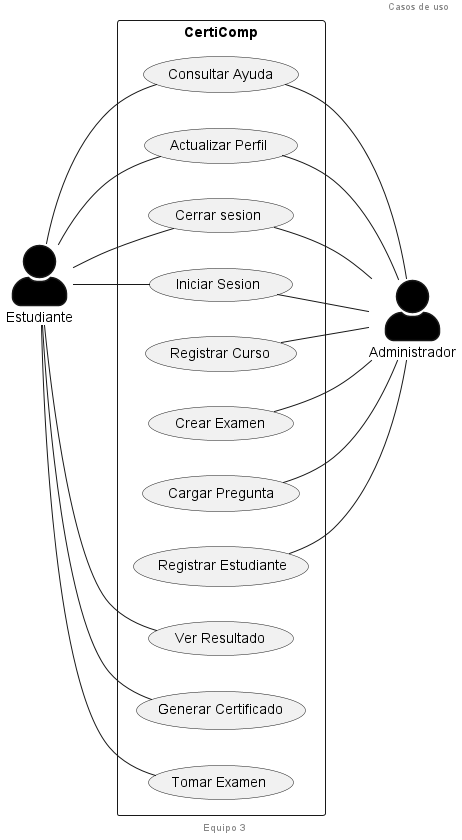
Before: docs/scenariosView/Requisitos/Casos de Uso.png, a diagram exported from PlantUML (febres35/EdTech_IS).
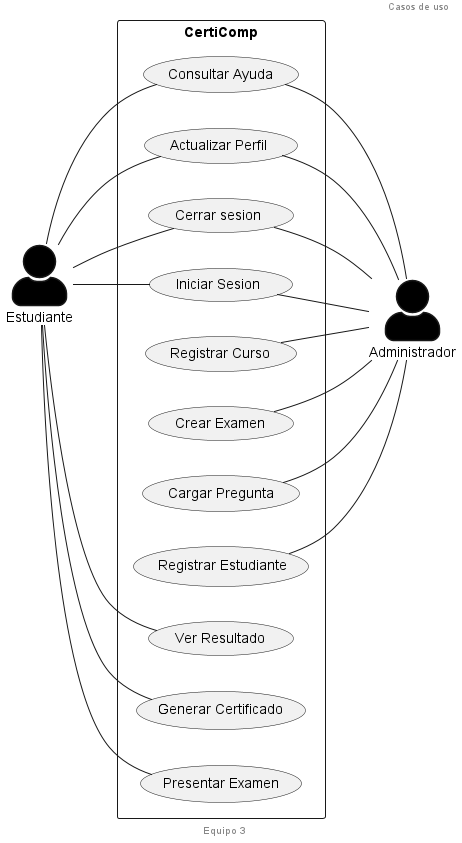
Above is the later version.

Commit message:
se cambio el nombre tomar examen por presentar examen

Change to the diagram source:
```diff
@@ -15,7 +15,7 @@
   usecase " Registrar Curso" as UC3
   usecase "Generar Certificado" as UC4
 
-  usecase "Tomar Examen" as UC13
+  usecase "Presentar Examen" as UC13
 
   usecase " Crear Examen" as UC7
   usecase " Cargar Pregunta" as UC12
```
